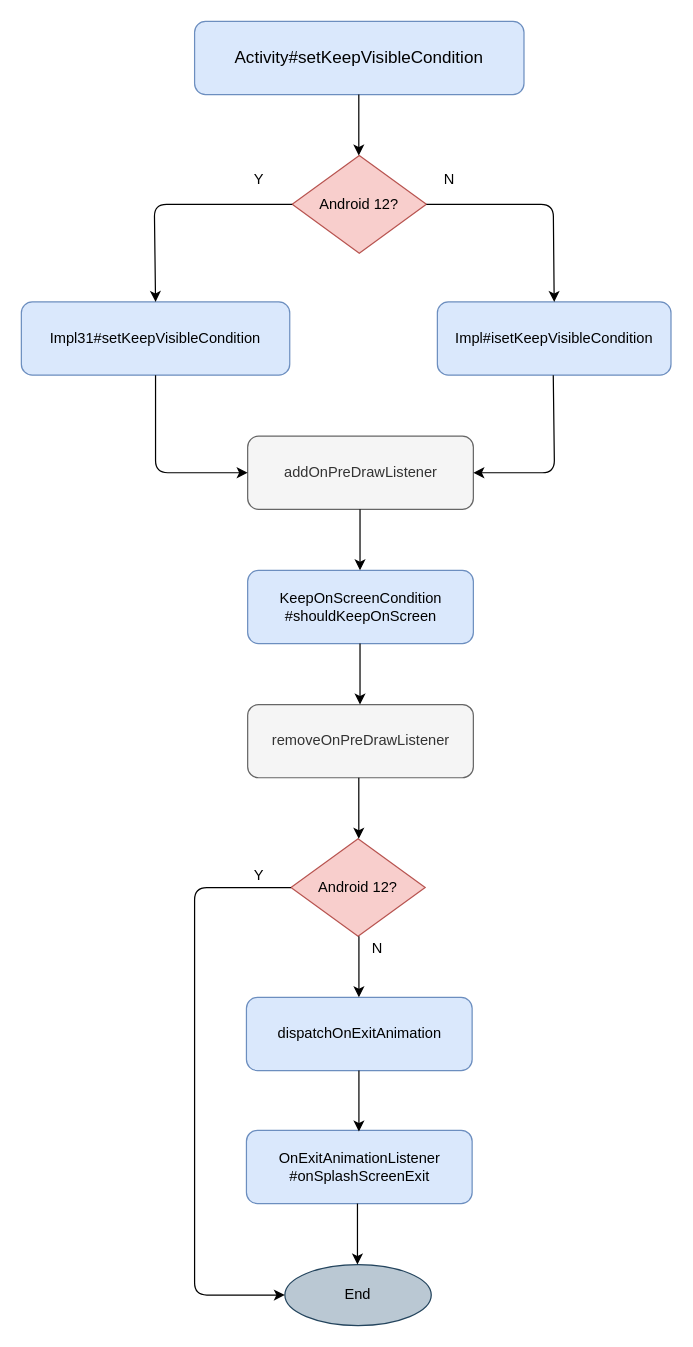
Above: ss-condition.drawio in ellisonchan/MineGraph (draw.io), before the change. Source tidied: cells renumbered, new cells numbered last; positions are measured from the earlier drawing's top-left corner, leaving out a move shared by most shapes. Both pictures are drawn from the tidied source at 122%, with x=0, y=0 at pixel (21, 21).
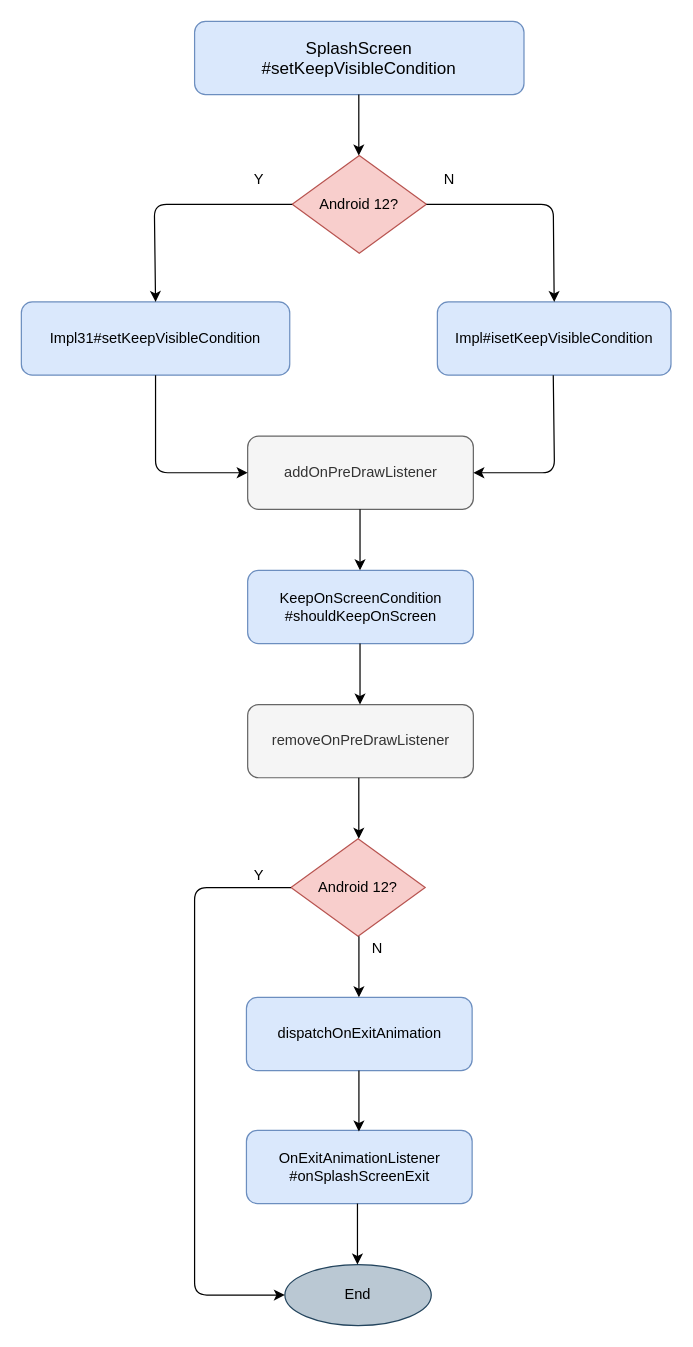
Above is the later version.

What changed in the source:
```diff
@@
-    <mxCell id="2" value="&lt;div style=&quot;text-align: justify&quot;&gt;&lt;font style=&quot;font-size: 14px&quot;&gt;Activity#&lt;/font&gt;&lt;span style=&quot;font-size: 14px&quot;&gt;setKeepVisibleCondition&lt;/span&gt;&lt;/div&gt;" style="rounded=1;whiteSpace=wrap;html=1;fillColor=#dae8fc;strokeColor=#6c8ebf;" parent="1" vertex="1">
+    <mxCell id="2" value="&lt;div&gt;&lt;font style=&quot;font-size: 14px&quot;&gt;SplashScreen&lt;/font&gt;&lt;/div&gt;&lt;div&gt;&lt;font style=&quot;font-size: 14px&quot;&gt;#&lt;/font&gt;&lt;span style=&quot;font-size: 14px&quot;&gt;setKeepVisibleCondition&lt;/span&gt;&lt;/div&gt;" style="rounded=1;whiteSpace=wrap;html=1;fillColor=#dae8fc;strokeColor=#6c8ebf;align=center;" parent="1" vertex="1">
       <mxGeometry x="142" width="270" height="60" as="geometry" />
     </mxCell>
```
